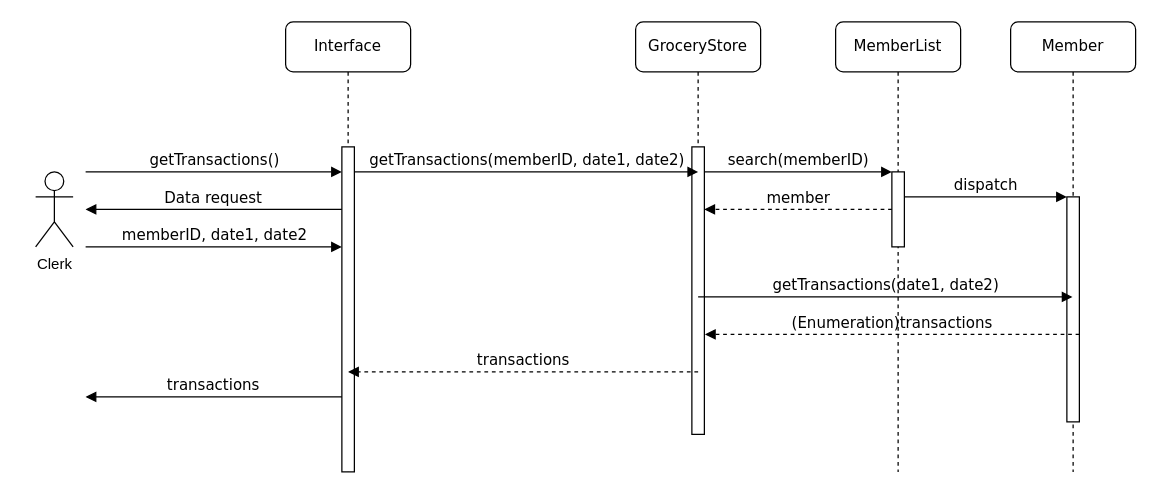
qaalib101/ICS372GroupProject1 keeps this draw.io diagram as Class Diagrams/Sequences/printTransactionsSequenceDiagram.drawio. Above is the earlier version. Source tidied: cells renumbered, new cells numbered last; positions are measured from the earlier drawing's top-left corner, leaving out a move shared by most shapes. Both pictures are drawn from the tidied source at 125%, with x=0, y=0 at pixel (35, 21).
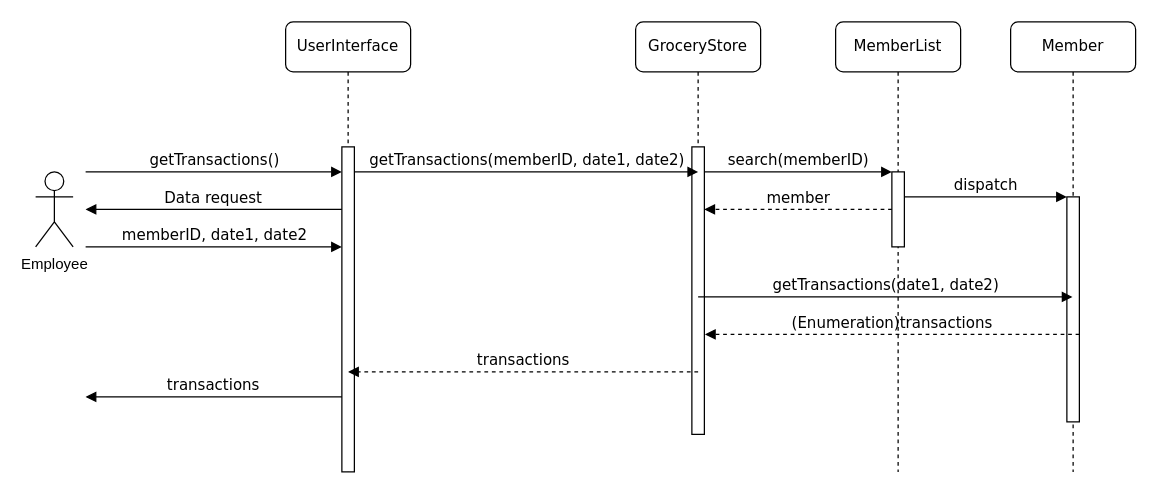
The same diagram, later.

The edit, as a diff of the source:
```diff
@@
-    <mxCell id="8" value="Interface" style="shape=umlLifeline;perimeter=lifelinePerimeter;whiteSpace=wrap;html=1;rounded=1;shadow=0;comic=0;labelBackgroundColor=none;strokeWidth=1;fontFamily=Verdana;fontSize=12;align=center;" parent="1" vertex="1">
+    <mxCell id="8" value="UserInterface" style="shape=umlLifeline;perimeter=lifelinePerimeter;whiteSpace=wrap;html=1;rounded=1;shadow=0;comic=0;labelBackgroundColor=none;strokeWidth=1;fontFamily=Verdana;fontSize=12;align=center;" parent="1" vertex="1">
       <mxGeometry x="200" width="100" height="360" as="geometry" />
     </mxCell>
@@
-    <mxCell id="17" value="Clerk" style="shape=umlActor;verticalLabelPosition=bottom;verticalAlign=top;html=1;" parent="1" vertex="1">
+    <mxCell id="17" value="Employee" style="shape=umlActor;verticalLabelPosition=bottom;verticalAlign=top;html=1;" parent="1" vertex="1">
       <mxGeometry y="120" width="30" height="60" as="geometry" />
     </mxCell>
```
